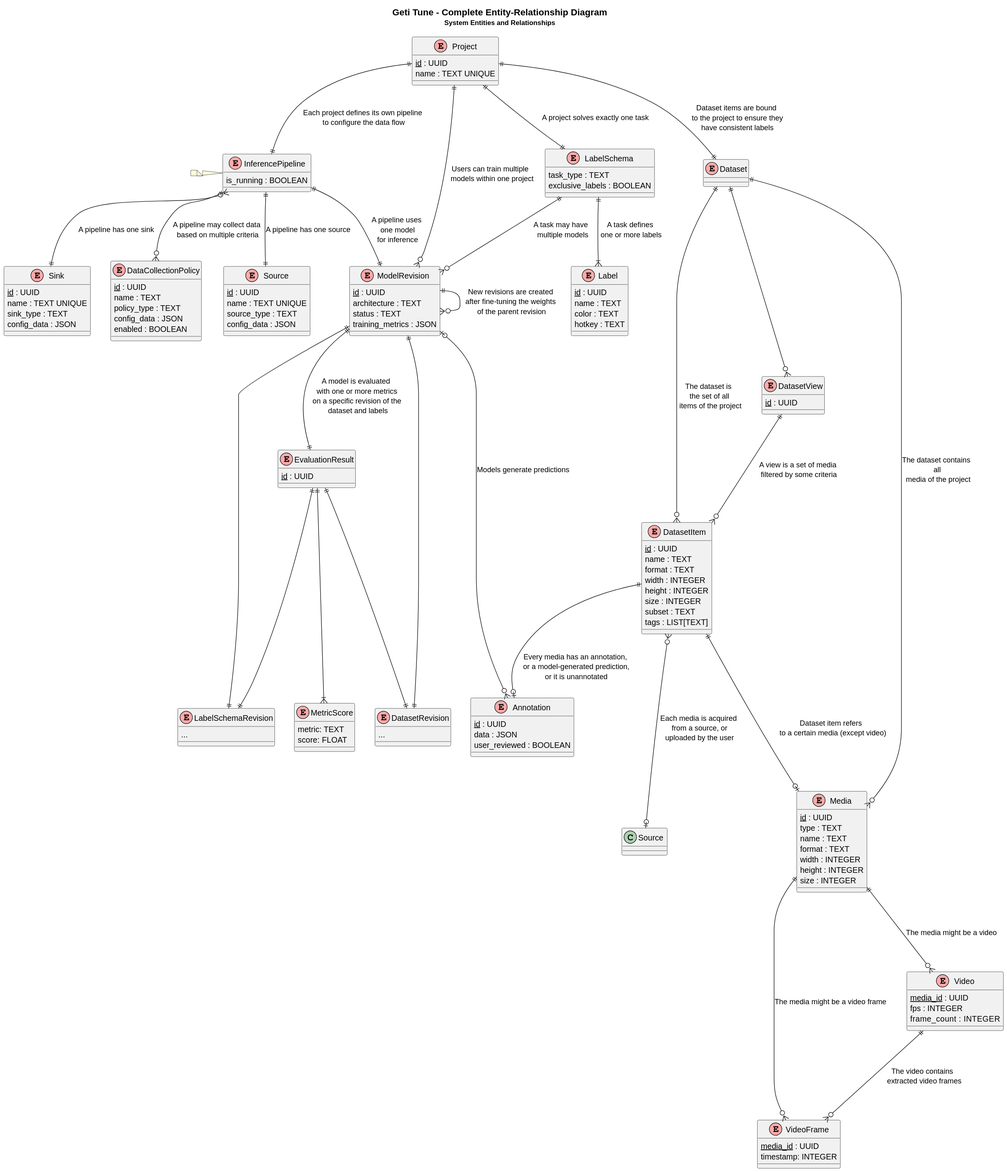
open-edge-platform/training_extensions keeps this PlantUML diagram as application/docs/media/er/full.svg. Above is the earlier version.
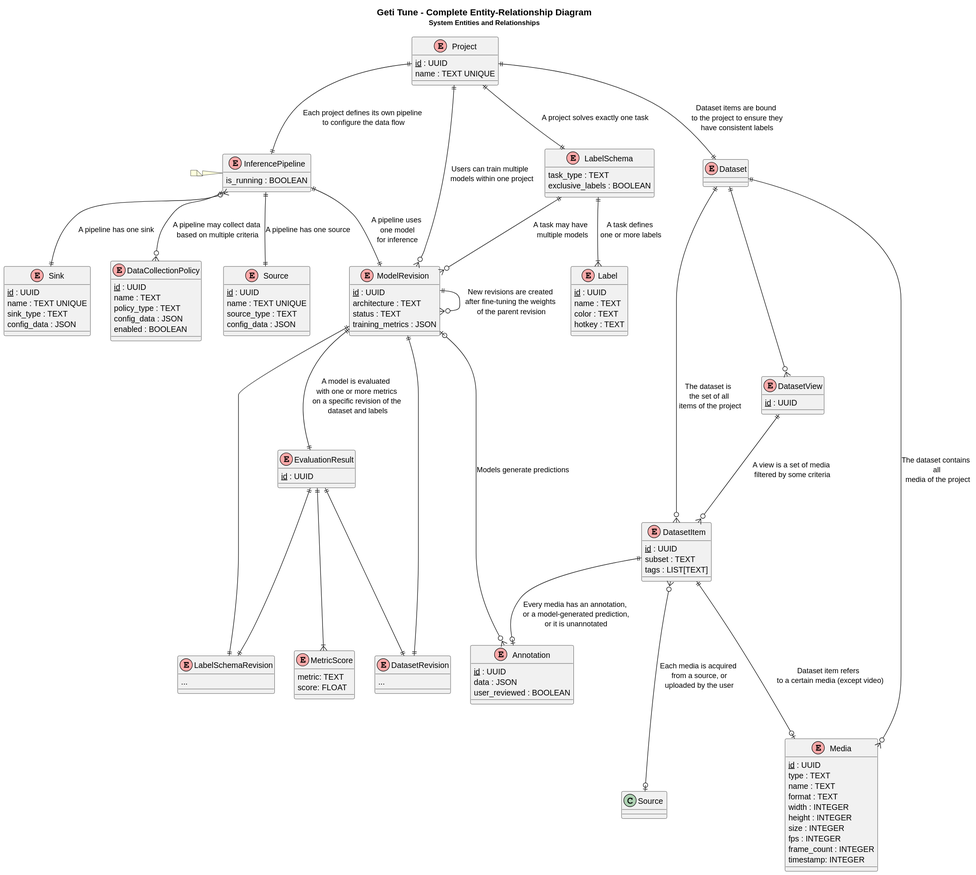
The same file after the commit.

Change to the diagram source:
```diff
@@ -73,26 +73,13 @@
   width : INTEGER
   height : INTEGER
   size : INTEGER
-}
-
-entity(Video) {
-  pk(media_id) : UUID
   fps : INTEGER
-  frames_count : INTEGER
-}
-
-entity(VideoFrame) {
-  pk(media_id) : UUID
+  frame_count : INTEGER
   timestamp: INTEGER
 }
 
 entity(DatasetItem) {
   pk(id) : UUID
-  name : TEXT
-  format : TEXT
-  width : INTEGER
-  height : INTEGER
-  size : INTEGER
   subset : TEXT
   tags : LIST[TEXT]
 }
@@ -135,9 +122,6 @@
 Dataset ||---o{ DatasetItem: "The dataset is \n the set of all \n items of the project"
 Dataset ||---o{ Media: "The dataset contains \n all \n media of the project"
 Dataset ||---o{ DatasetView
-Media ||---o{ Video: "The media might be a video"
-Media ||---o{ VideoFrame: "The media might be a video frame"
-Video ||---o{ VideoFrame: "The video contains \n extracted video frames"
 DatasetItem ||--o| Annotation : "Every media has an annotation,\n or a model-generated prediction,\n or it is unannotated"
 DatasetItem }o---o| "Source " : "Each media is acquired\n from a source, or\n uploaded by the user"
 DatasetItem ||---o| "Media" : "Dataset item refers \n to a certain media (except video)"
```
